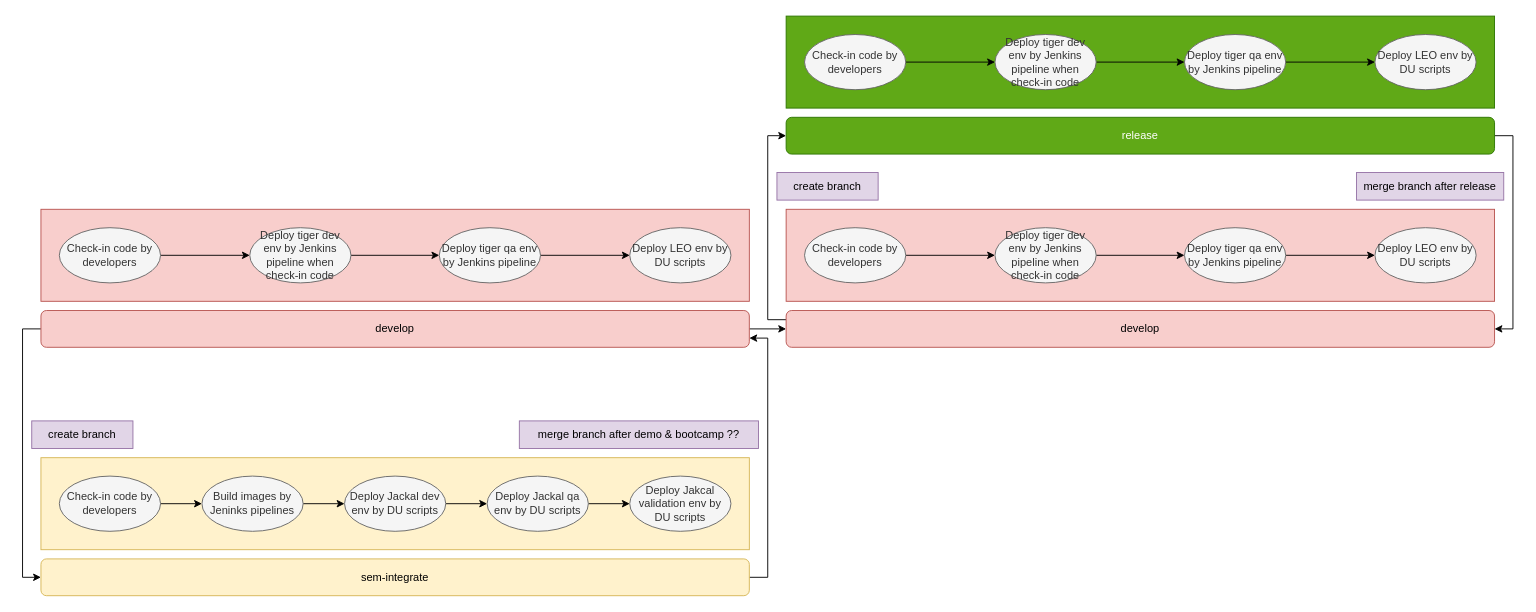
The draw.io diagram aam_code_branch.drawio in crazy-architect/draw-io-repo, before the edit. Source tidied: cells renumbered, new cells numbered last; positions are measured from the earlier drawing's top-left corner, leaving out a move shared by most shapes. Both pictures are drawn from the tidied source at 92%, with x=0, y=0 at pixel (31, 16).
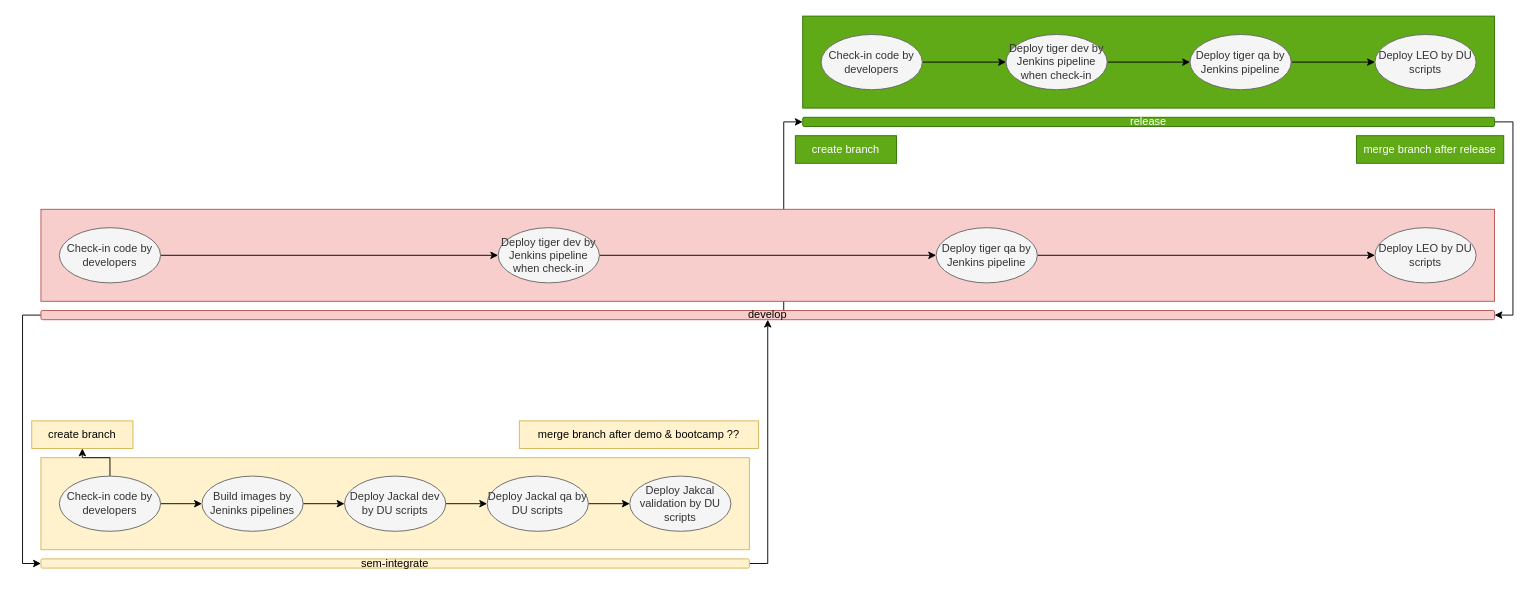
The same diagram, later.

Unchanged cells that the change refers to:
```xml
<mxCell id="9" value="Check-in code by developers" style="ellipse;whiteSpace=wrap;html=1;fillColor=#f5f5f5;fontColor=#333333;strokeColor=#666666;" parent="1" vertex="1">
  <mxGeometry x="30" y="500" width="110" height="60" as="geometry" />
</mxCell>
```

Diff of the diagram source:
```diff
@@
+    <mxCell id="49" style="edgeStyle=orthogonalEdgeStyle;rounded=0;jettySize=auto;html=1;exitX=0.511;exitY=0.5;exitDx=0;exitDy=0;entryX=0;entryY=0.5;entryDx=0;entryDy=0;exitPerimeter=0;" parent="1" edge="1" source="4" target="38">
+      <mxGeometry relative="1" as="geometry" />
+    </mxCell>
@@
-    <mxCell id="3" style="edgeStyle=orthogonalEdgeStyle;rounded=0;jettySize=auto;html=1;exitX=1;exitY=0.5;exitDx=0;exitDy=0;entryX=0;entryY=0.5;entryDx=0;entryDy=0;" parent="1" edge="1" source="4" target="28">
-      <mxGeometry relative="1" as="geometry" />
-    </mxCell>
     <mxCell id="4" value="develop" style="rounded=1;whiteSpace=wrap;html=1;fillColor=#f8cecc;strokeColor=#b85450;" parent="1" vertex="1">
-      <mxGeometry x="10" y="320" width="770" height="40" as="geometry" />
+      <mxGeometry x="10" y="320" width="1580" height="10" as="geometry" />
     </mxCell>
-    <mxCell id="5" style="edgeStyle=orthogonalEdgeStyle;rounded=0;jettySize=auto;html=1;exitX=1;exitY=0.5;exitDx=0;exitDy=0;entryX=1;entryY=0.75;entryDx=0;entryDy=0;" parent="1" edge="1" source="6" target="4">
+    <mxCell id="5" style="edgeStyle=orthogonalEdgeStyle;rounded=0;jettySize=auto;html=1;exitX=1;exitY=0.5;exitDx=0;exitDy=0;entryX=0.5;entryY=1;entryDx=0;entryDy=0;" parent="1" edge="1" source="6" target="4">
       <mxGeometry relative="1" as="geometry" />
     </mxCell>
     <mxCell id="6" value="sem-integrate" style="rounded=1;whiteSpace=wrap;html=1;fillColor=#fff2cc;strokeColor=#d6b656;gradientColor=none;shadow=0;glass=0;" parent="1" vertex="1">
-      <mxGeometry x="10" y="590" width="770" height="40" as="geometry" />
+      <mxGeometry x="10" y="590" width="770" height="10" as="geometry" />
     </mxCell>
@@
+    <mxCell id="50" style="edgeStyle=orthogonalEdgeStyle;rounded=0;jettySize=auto;html=1;" parent="1" edge="1" source="9" target="26">
+      <mxGeometry relative="1" as="geometry" />
+    </mxCell>
@@
-    <mxCell id="13" value="Deploy Jackal dev env by DU scripts" style="ellipse;whiteSpace=wrap;html=1;fillColor=#f5f5f5;fontColor=#333333;strokeColor=#666666;" parent="1" vertex="1">
+    <mxCell id="13" value="Deploy Jackal dev by DU scripts" style="ellipse;whiteSpace=wrap;html=1;fillColor=#f5f5f5;fontColor=#333333;strokeColor=#666666;" parent="1" vertex="1">
       <mxGeometry x="340" y="500" width="110" height="60" as="geometry" />
     </mxCell>
     <mxCell id="14" style="rounded=0;whiteSpace=wrap;html=1;fillColor=#f8cecc;strokeColor=#b85450;" parent="1" vertex="1">
-      <mxGeometry x="10" y="210" width="770" height="100" as="geometry" />
+      <mxGeometry x="10" y="210" width="1580" height="100" as="geometry" />
     </mxCell>
@@
-    <mxCell id="18" value="Deploy tiger dev env by Jenkins pipeline when check-in code" style="ellipse;whiteSpace=wrap;html=1;fillColor=#f5f5f5;fontColor=#333333;strokeColor=#666666;" parent="1" vertex="1">
-      <mxGeometry x="237" y="230" width="110" height="60" as="geometry" />
+    <mxCell id="18" value="&lt;font style=&quot;font-size: 12px;&quot;&gt;Deploy tiger dev by Jenkins pipeline when check-in&lt;/font&gt;" style="ellipse;whiteSpace=wrap;html=1;fillColor=#f5f5f5;fontColor=#333333;strokeColor=#666666;" parent="1" vertex="1">
+      <mxGeometry x="507" y="230" width="110" height="60" as="geometry" />
     </mxCell>
@@
-    <mxCell id="20" value="Deploy tiger qa env by Jenkins pipeline" style="ellipse;whiteSpace=wrap;html=1;fillColor=#f5f5f5;fontColor=#333333;strokeColor=#666666;" parent="1" vertex="1">
-      <mxGeometry x="443" y="230" width="110" height="60" as="geometry" />
+    <mxCell id="20" value="Deploy tiger qa by Jenkins pipeline" style="ellipse;whiteSpace=wrap;html=1;fillColor=#f5f5f5;fontColor=#333333;strokeColor=#666666;" parent="1" vertex="1">
+      <mxGeometry x="983" y="230" width="110" height="60" as="geometry" />
     </mxCell>
@@
-    <mxCell id="22" value="Deploy Jackal qa env by DU scripts" style="ellipse;whiteSpace=wrap;html=1;fillColor=#f5f5f5;fontColor=#333333;strokeColor=#666666;" parent="1" vertex="1">
+    <mxCell id="22" value="Deploy Jackal qa by DU scripts" style="ellipse;whiteSpace=wrap;html=1;fillColor=#f5f5f5;fontColor=#333333;strokeColor=#666666;" parent="1" vertex="1">
       <mxGeometry x="495" y="500" width="110" height="60" as="geometry" />
     </mxCell>
-    <mxCell id="23" value="Deploy Jakcal validation env by DU scripts" style="ellipse;whiteSpace=wrap;html=1;fillColor=#f5f5f5;fontColor=#333333;strokeColor=#666666;" parent="1" vertex="1">
+    <mxCell id="23" value="Deploy Jakcal validation by DU scripts" style="ellipse;whiteSpace=wrap;html=1;fillColor=#f5f5f5;fontColor=#333333;strokeColor=#666666;" parent="1" vertex="1">
       <mxGeometry x="650" y="500" width="110" height="60" as="geometry" />
     </mxCell>
-    <mxCell id="24" value="Deploy LEO env by DU scripts" style="ellipse;whiteSpace=wrap;html=1;fillColor=#f5f5f5;fontColor=#333333;strokeColor=#666666;" parent="1" vertex="1">
-      <mxGeometry x="650" y="230" width="110" height="60" as="geometry" />
+    <mxCell id="24" value="Deploy LEO by DU scripts" style="ellipse;whiteSpace=wrap;html=1;fillColor=#f5f5f5;fontColor=#333333;strokeColor=#666666;" parent="1" vertex="1">
+      <mxGeometry x="1460" y="230" width="110" height="60" as="geometry" />
     </mxCell>
-    <mxCell id="25" value="merge branch after demo &amp;amp; bootcamp ??" style="rounded=0;whiteSpace=wrap;html=1;fillColor=#e1d5e7;strokeColor=#9673a6;" parent="1" vertex="1">
+    <mxCell id="25" value="merge branch after demo &amp;amp; bootcamp ??" style="rounded=0;whiteSpace=wrap;html=1;fillColor=#fff2cc;strokeColor=#d6b656;" parent="1" vertex="1">
       <mxGeometry x="530" y="440" width="260" height="30" as="geometry" />
     </mxCell>
-    <mxCell id="26" value="create branch" style="rounded=0;whiteSpace=wrap;html=1;fillColor=#e1d5e7;strokeColor=#9673a6;" parent="1" vertex="1">
+    <mxCell id="26" value="create branch" style="rounded=0;whiteSpace=wrap;html=1;fillColor=#fff2cc;strokeColor=#d6b656;" parent="1" vertex="1">
       <mxGeometry y="440" width="110" height="30" as="geometry" />
     </mxCell>
-    <mxCell id="27" style="edgeStyle=orthogonalEdgeStyle;rounded=0;jettySize=auto;html=1;exitX=0;exitY=0.25;exitDx=0;exitDy=0;entryX=0;entryY=0.5;entryDx=0;entryDy=0;" parent="1" edge="1" source="28" target="38">
-      <mxGeometry relative="1" as="geometry" />
-    </mxCell>
-    <mxCell id="28" value="develop" style="rounded=1;whiteSpace=wrap;html=1;fillColor=#f8cecc;strokeColor=#b85450;" parent="1" vertex="1">
-      <mxGeometry x="820" y="320" width="770" height="40" as="geometry" />
-    </mxCell>
-    <mxCell id="29" style="rounded=0;whiteSpace=wrap;html=1;fillColor=#f8cecc;strokeColor=#b85450;" parent="1" vertex="1">
-      <mxGeometry x="820" y="210" width="770" height="100" as="geometry" />
-    </mxCell>
-    <mxCell id="30" style="edgeStyle=orthogonalEdgeStyle;rounded=0;jettySize=auto;html=1;exitX=1;exitY=0.5;exitDx=0;exitDy=0;entryX=0;entryY=0.5;entryDx=0;entryDy=0;" parent="1" edge="1" source="31" target="33">
-      <mxGeometry relative="1" as="geometry" />
-    </mxCell>
-    <mxCell id="31" value="Check-in code by developers" style="ellipse;whiteSpace=wrap;html=1;fillColor=#f5f5f5;fontColor=#333333;strokeColor=#666666;" parent="1" vertex="1">
-      <mxGeometry x="840" y="230" width="110" height="60" as="geometry" />
-    </mxCell>
-    <mxCell id="32" style="edgeStyle=orthogonalEdgeStyle;rounded=0;jettySize=auto;html=1;exitX=1;exitY=0.5;exitDx=0;exitDy=0;" parent="1" edge="1" source="33" target="35">
-      <mxGeometry relative="1" as="geometry" />
-    </mxCell>
-    <mxCell id="33" value="Deploy tiger dev env by Jenkins pipeline when check-in code" style="ellipse;whiteSpace=wrap;html=1;fillColor=#f5f5f5;fontColor=#333333;strokeColor=#666666;" parent="1" vertex="1">
-      <mxGeometry x="1047" y="230" width="110" height="60" as="geometry" />
-    </mxCell>
-    <mxCell id="34" style="edgeStyle=orthogonalEdgeStyle;rounded=0;jettySize=auto;html=1;exitX=1;exitY=0.5;exitDx=0;exitDy=0;entryX=0;entryY=0.5;entryDx=0;entryDy=0;" parent="1" edge="1" source="35" target="36">
-      <mxGeometry relative="1" as="geometry" />
-    </mxCell>
-    <mxCell id="35" value="Deploy tiger qa env by Jenkins pipeline" style="ellipse;whiteSpace=wrap;html=1;fillColor=#f5f5f5;fontColor=#333333;strokeColor=#666666;" parent="1" vertex="1">
-      <mxGeometry x="1253" y="230" width="110" height="60" as="geometry" />
-    </mxCell>
-    <mxCell id="36" value="Deploy LEO env by DU scripts" style="ellipse;whiteSpace=wrap;html=1;fillColor=#f5f5f5;fontColor=#333333;strokeColor=#666666;" parent="1" vertex="1">
-      <mxGeometry x="1460" y="230" width="110" height="60" as="geometry" />
-    </mxCell>
-    <mxCell id="37" style="edgeStyle=orthogonalEdgeStyle;rounded=0;jettySize=auto;html=1;exitX=1;exitY=0.5;exitDx=0;exitDy=0;entryX=1;entryY=0.5;entryDx=0;entryDy=0;" parent="1" edge="1" source="38" target="28">
-      <mxGeometry relative="1" as="geometry" />
-    </mxCell>
+    <mxCell id="51" style="edgeStyle=orthogonalEdgeStyle;rounded=0;jettySize=auto;html=1;exitX=1;exitY=0.5;exitDx=0;exitDy=0;entryX=1;entryY=0.5;entryDx=0;entryDy=0;" parent="1" edge="1" source="38" target="4">
+      <mxGeometry relative="1" as="geometry" />
+    </mxCell>
     <mxCell id="38" value="release" style="rounded=1;whiteSpace=wrap;html=1;fillColor=#60a917;strokeColor=#2D7600;fontColor=#ffffff;" parent="1" vertex="1">
-      <mxGeometry x="820" y="110" width="770" height="40" as="geometry" />
+      <mxGeometry x="838" y="110" width="752" height="10" as="geometry" />
     </mxCell>
     <mxCell id="39" style="rounded=0;whiteSpace=wrap;html=1;fillColor=#60a917;strokeColor=#2D7600;fontColor=#ffffff;" parent="1" vertex="1">
-      <mxGeometry x="820" width="770" height="100" as="geometry" />
+      <mxGeometry x="838" width="752" height="100" as="geometry" />
     </mxCell>
@@
     <mxCell id="41" value="Check-in code by developers" style="ellipse;whiteSpace=wrap;html=1;fillColor=#f5f5f5;fontColor=#333333;strokeColor=#666666;" parent="1" vertex="1">
-      <mxGeometry x="840" y="20" width="110" height="60" as="geometry" />
+      <mxGeometry x="858" y="20" width="110" height="60" as="geometry" />
     </mxCell>
@@
-    <mxCell id="43" value="Deploy tiger dev env by Jenkins pipeline when check-in code" style="ellipse;whiteSpace=wrap;html=1;fillColor=#f5f5f5;fontColor=#333333;strokeColor=#666666;" parent="1" vertex="1">
-      <mxGeometry x="1047" y="20" width="110" height="60" as="geometry" />
+    <mxCell id="43" value="Deploy tiger dev by Jenkins pipeline when check-in" style="ellipse;whiteSpace=wrap;html=1;fillColor=#f5f5f5;fontColor=#333333;strokeColor=#666666;" parent="1" vertex="1">
+      <mxGeometry x="1059" y="20" width="110" height="60" as="geometry" />
     </mxCell>
@@
-    <mxCell id="45" value="Deploy tiger qa env by Jenkins pipeline" style="ellipse;whiteSpace=wrap;html=1;fillColor=#f5f5f5;fontColor=#333333;strokeColor=#666666;" parent="1" vertex="1">
-      <mxGeometry x="1253" y="20" width="110" height="60" as="geometry" />
+    <mxCell id="45" value="Deploy tiger qa by Jenkins pipeline" style="ellipse;whiteSpace=wrap;html=1;fillColor=#f5f5f5;fontColor=#333333;strokeColor=#666666;" parent="1" vertex="1">
+      <mxGeometry x="1259" y="20" width="110" height="60" as="geometry" />
     </mxCell>
-    <mxCell id="46" value="Deploy LEO env by DU scripts" style="ellipse;whiteSpace=wrap;html=1;fillColor=#f5f5f5;fontColor=#333333;strokeColor=#666666;" parent="1" vertex="1">
+    <mxCell id="46" value="Deploy LEO by DU scripts" style="ellipse;whiteSpace=wrap;html=1;fillColor=#f5f5f5;fontColor=#333333;strokeColor=#666666;" parent="1" vertex="1">
       <mxGeometry x="1460" y="20" width="110" height="60" as="geometry" />
     </mxCell>
-    <mxCell id="47" value="create branch" style="rounded=0;whiteSpace=wrap;html=1;fillColor=#e1d5e7;strokeColor=#9673a6;" parent="1" vertex="1">
-      <mxGeometry x="810" y="170" width="110" height="30" as="geometry" />
+    <mxCell id="47" value="create branch" style="rounded=0;whiteSpace=wrap;html=1;fillColor=#60a917;strokeColor=#2D7600;fontColor=#ffffff;" parent="1" vertex="1">
+      <mxGeometry x="830" y="130" width="110" height="30" as="geometry" />
     </mxCell>
-    <mxCell id="48" value="merge branch after release" style="rounded=0;whiteSpace=wrap;html=1;fillColor=#e1d5e7;strokeColor=#9673a6;" parent="1" vertex="1">
-      <mxGeometry x="1440" y="170" width="160" height="30" as="geometry" />
+    <mxCell id="48" value="merge branch after release" style="rounded=0;whiteSpace=wrap;html=1;fillColor=#60a917;strokeColor=#2D7600;fontColor=#ffffff;" parent="1" vertex="1">
+      <mxGeometry x="1440" y="130" width="160" height="30" as="geometry" />
     </mxCell>
```
